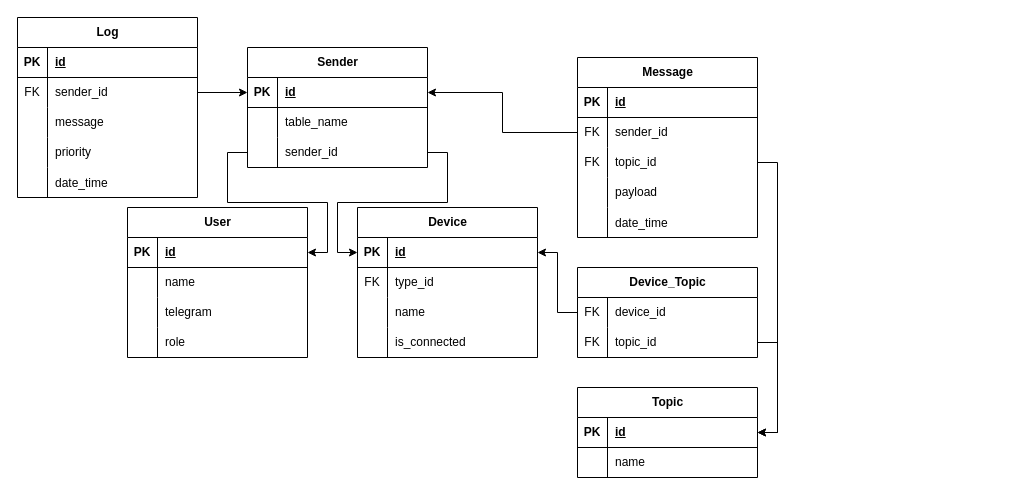
The draw.io diagram page "Storaging" (3 of 4) of Diagrams/Diagrams.drawio in kamen4/SmartCactus, before the edit. Source tidied: cells renumbered, new cells numbered last; positions are measured from the earlier drawing's top-left corner, leaving out a move shared by most shapes. Both pictures are drawn from the tidied source at 100%, with x=0, y=0 at pixel (17, 17).
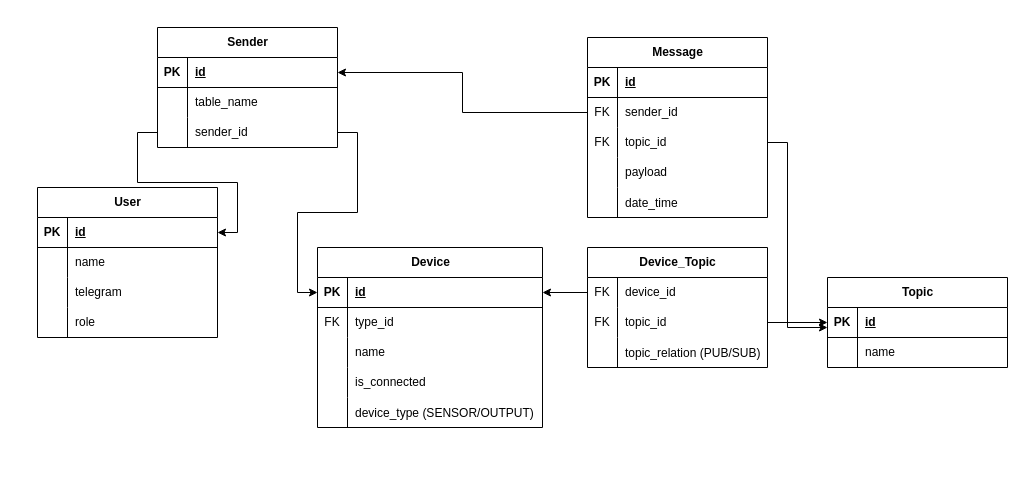
After the change.

Unchanged cells that the change refers to:
```xml
<mxCell id="29" style="shape=tableRow;horizontal=0;startSize=0;swimlaneHead=0;swimlaneBody=0;fillColor=none;points=[[0,0.5],[1,0.5]];portConstraint=eastwest;top=0;left=0;right=0;bottom=1;" parent="28" vertex="1">
  <mxGeometry y="30" width="180" height="30" as="geometry" />
</mxCell>
<mxCell id="45" style="shape=tableRow;horizontal=0;startSize=0;swimlaneHead=0;swimlaneBody=0;fillColor=none;points=[[0,0.5],[1,0.5]];portConstraint=eastwest;top=0;left=0;right=0;bottom=0;" parent="38" vertex="1">
  <mxGeometry y="90" width="180" height="30" as="geometry" />
</mxCell>
<mxCell id="58" style="shape=tableRow;horizontal=0;startSize=0;swimlaneHead=0;swimlaneBody=0;fillColor=none;points=[[0,0.5],[1,0.5]];portConstraint=eastwest;top=0;left=0;right=0;bottom=1;" parent="57" vertex="1">
  <mxGeometry y="30" width="180" height="30" as="geometry" />
</mxCell>
<mxCell id="69" style="shape=tableRow;horizontal=0;startSize=0;swimlaneHead=0;swimlaneBody=0;fillColor=none;points=[[0,0.5],[1,0.5]];portConstraint=eastwest;top=0;left=0;right=0;bottom=0;" parent="65" vertex="1">
  <mxGeometry y="60" width="180" height="30" as="geometry" />
</mxCell>
```

Diff of the diagram source:
```diff
@@
     <mxCell id="2" value="User" style="shape=table;startSize=30;childLayout=tableLayout;rowLines=0;fontStyle=1;align=center;html=1;" parent="1" vertex="1">
-      <mxGeometry x="110" y="190" width="180" height="150" as="geometry" />
+      <mxGeometry x="20" y="170" width="180" height="150" as="geometry" />
     </mxCell>
@@
     <mxCell id="15" value="Device" style="shape=table;startSize=30;childLayout=tableLayout;rowLines=0;fontStyle=1;align=center;html=1;" parent="1" vertex="1">
-      <mxGeometry x="340" y="190" width="180" height="150" as="geometry" />
+      <mxGeometry x="300" y="230" width="225" height="180" as="geometry" />
     </mxCell>
     <mxCell id="16" style="shape=tableRow;horizontal=0;startSize=0;swimlaneHead=0;swimlaneBody=0;fillColor=none;points=[[0,0.5],[1,0.5]];portConstraint=eastwest;top=0;left=0;right=0;bottom=1;" parent="15" vertex="1">
-      <mxGeometry y="30" width="180" height="30" as="geometry" />
+      <mxGeometry y="30" width="225" height="30" as="geometry" />
     </mxCell>
@@
     <mxCell id="18" value="id" style="shape=partialRectangle;fillColor=none;top=0;left=0;bottom=0;right=0;align=left;spacingLeft=6;fontStyle=5;overflow=hidden;whiteSpace=wrap;html=1;" parent="16" vertex="1">
-      <mxGeometry x="30" width="150" height="30" as="geometry" />
+      <mxGeometry x="30" width="195" height="30" as="geometry" />
     </mxCell>
     <mxCell id="19" style="shape=tableRow;horizontal=0;startSize=0;swimlaneHead=0;swimlaneBody=0;fillColor=none;top=0;left=0;right=0;bottom=0;" parent="15" vertex="1">
-      <mxGeometry y="60" width="180" height="30" as="geometry" />
+      <mxGeometry y="60" width="225" height="30" as="geometry" />
     </mxCell>
@@
     <mxCell id="21" value="type_id" style="shape=partialRectangle;fillColor=none;top=0;left=0;bottom=0;right=0;align=left;spacingLeft=6;overflow=hidden;whiteSpace=wrap;html=1;" parent="19" vertex="1">
-      <mxGeometry x="30" width="150" height="30" as="geometry" />
+      <mxGeometry x="30" width="195" height="30" as="geometry" />
     </mxCell>
     <mxCell id="22" style="shape=tableRow;horizontal=0;startSize=0;swimlaneHead=0;swimlaneBody=0;fillColor=none;top=0;left=0;right=0;bottom=0;" parent="15" vertex="1">
-      <mxGeometry y="90" width="180" height="30" as="geometry" />
+      <mxGeometry y="90" width="225" height="30" as="geometry" />
     </mxCell>
@@
     <mxCell id="24" value="name" style="shape=partialRectangle;fillColor=none;top=0;left=0;bottom=0;right=0;align=left;spacingLeft=6;overflow=hidden;whiteSpace=wrap;html=1;" parent="22" vertex="1">
-      <mxGeometry x="30" width="150" height="30" as="geometry" />
+      <mxGeometry x="30" width="195" height="30" as="geometry" />
     </mxCell>
     <mxCell id="25" style="shape=tableRow;horizontal=0;startSize=0;swimlaneHead=0;swimlaneBody=0;fillColor=none;top=0;left=0;right=0;bottom=0;" parent="15" vertex="1">
-      <mxGeometry y="120" width="180" height="30" as="geometry" />
+      <mxGeometry y="120" width="225" height="30" as="geometry" />
     </mxCell>
@@
     <mxCell id="27" value="is_connected" style="shape=partialRectangle;fillColor=none;top=0;left=0;bottom=0;right=0;align=left;spacingLeft=6;overflow=hidden;whiteSpace=wrap;html=1;" parent="25" vertex="1">
-      <mxGeometry x="30" width="150" height="30" as="geometry" />
+      <mxGeometry x="30" width="195" height="30" as="geometry" />
     </mxCell>
+    <mxCell id="91" style="shape=tableRow;horizontal=0;startSize=0;swimlaneHead=0;swimlaneBody=0;fillColor=none;top=0;left=0;right=0;bottom=0;" parent="15" vertex="1">
+      <mxGeometry y="150" width="225" height="30" as="geometry" />
+    </mxCell>
+    <mxCell id="92" style="shape=partialRectangle;fillColor=none;top=0;left=0;bottom=0;right=0;overflow=hidden;" parent="91" vertex="1">
+      <mxGeometry width="30" height="30" as="geometry" />
+    </mxCell>
+    <mxCell id="93" value="device_type (SENSOR/OUTPUT)" style="shape=partialRectangle;fillColor=none;top=0;left=0;bottom=0;right=0;align=left;spacingLeft=6;overflow=hidden;" parent="91" vertex="1">
+      <mxGeometry x="30" width="195" height="30" as="geometry" />
+    </mxCell>
     <mxCell id="28" value="Sender" style="shape=table;startSize=30;childLayout=tableLayout;rowLines=0;fontStyle=1;align=center;html=1;" parent="1" vertex="1">
-      <mxGeometry x="230" y="30" width="180" height="120" as="geometry" />
+      <mxGeometry x="140" y="10" width="180" height="120" as="geometry" />
     </mxCell>
@@
     <mxCell id="38" value="Message" style="shape=table;startSize=30;childLayout=tableLayout;rowLines=0;fontStyle=1;align=center;html=1;" parent="1" vertex="1">
-      <mxGeometry x="560" y="40" width="180" height="180" as="geometry" />
+      <mxGeometry x="570" y="20" width="180" height="180" as="geometry" />
     </mxCell>
@@
     <mxCell id="57" value="Topic" style="shape=table;startSize=30;childLayout=tableLayout;rowLines=0;fontStyle=1;align=center;html=1;" parent="1" vertex="1">
-      <mxGeometry x="560" y="370" width="180" height="90" as="geometry" />
+      <mxGeometry x="810" y="260" width="180" height="90" as="geometry" />
     </mxCell>
@@
     <mxCell id="64" style="edgeStyle=orthogonalEdgeStyle;rounded=0;jettySize=auto;html=1;" parent="1" edge="1" source="45" target="58">
       <mxGeometry relative="1" as="geometry">
         <Array as="points">
-          <mxPoint x="760" y="145" />
-          <mxPoint x="760" y="415" />
+          <mxPoint x="770" y="125" />
+          <mxPoint x="770" y="310" />
+          <mxPoint x="950" y="310" />
         </Array>
       </mxGeometry>
     </mxCell>
     <mxCell id="65" value="Device_Topic" style="shape=table;startSize=30;childLayout=tableLayout;rowLines=0;fontStyle=1;align=center;html=1;" parent="1" vertex="1">
-      <mxGeometry x="560" y="250" width="180" height="90" as="geometry" />
+      <mxGeometry x="570" y="230" width="180" height="120" as="geometry" />
     </mxCell>
@@
+    <mxCell id="81" style="shape=tableRow;horizontal=0;startSize=0;swimlaneHead=0;swimlaneBody=0;fillColor=none;top=0;left=0;right=0;bottom=0;" parent="65" vertex="1">
+      <mxGeometry y="90" width="180" height="30" as="geometry" />
+    </mxCell>
+    <mxCell id="94" style="shape=partialRectangle;fillColor=none;top=0;left=0;bottom=0;right=0;overflow=hidden;" parent="81" vertex="1">
+      <mxGeometry width="30" height="30" as="geometry" />
+    </mxCell>
+    <mxCell id="95" value="topic_relation (PUB/SUB)" style="shape=partialRectangle;fillColor=none;top=0;left=0;bottom=0;right=0;align=left;spacingLeft=6;overflow=hidden;" parent="81" vertex="1">
+      <mxGeometry x="30" width="150" height="30" as="geometry" />
+    </mxCell>
@@
     <mxCell id="73" style="edgeStyle=orthogonalEdgeStyle;rounded=0;jettySize=auto;html=1;" parent="1" edge="1" source="69" target="58">
       <mxGeometry relative="1" as="geometry">
         <Array as="points">
-          <mxPoint x="760" y="325" />
-          <mxPoint x="760" y="415" />
+          <mxPoint x="950" y="305" />
         </Array>
       </mxGeometry>
     </mxCell>
-    <mxCell id="74" value="Log" style="shape=table;startSize=30;childLayout=tableLayout;rowLines=0;fontStyle=1;align=center;html=1;" parent="1" vertex="1">
-      <mxGeometry width="180" height="180" as="geometry" />
-    </mxCell>
-    <mxCell id="75" style="shape=tableRow;horizontal=0;startSize=0;swimlaneHead=0;swimlaneBody=0;fillColor=none;top=0;left=0;right=0;bottom=1;" parent="74" vertex="1">
-      <mxGeometry y="30" width="180" height="30" as="geometry" />
-    </mxCell>
-    <mxCell id="76" value="PK" style="shape=partialRectangle;fillColor=none;top=0;left=0;bottom=0;right=0;fontStyle=1;overflow=hidden;whiteSpace=wrap;html=1;" parent="75" vertex="1">
-      <mxGeometry width="30" height="30" as="geometry" />
-    </mxCell>
-    <mxCell id="77" value="id" style="shape=partialRectangle;fillColor=none;top=0;left=0;bottom=0;right=0;align=left;spacingLeft=6;fontStyle=5;overflow=hidden;whiteSpace=wrap;html=1;" parent="75" vertex="1">
-      <mxGeometry x="30" width="150" height="30" as="geometry" />
-    </mxCell>
-    <mxCell id="78" style="shape=tableRow;horizontal=0;startSize=0;swimlaneHead=0;swimlaneBody=0;fillColor=none;points=[[0,0.5],[1,0.5]];portConstraint=eastwest;top=0;left=0;right=0;bottom=0;" parent="74" vertex="1">
-      <mxGeometry y="60" width="180" height="30" as="geometry" />
-    </mxCell>
-    <mxCell id="79" value="FK" style="shape=partialRectangle;fillColor=none;top=0;left=0;bottom=0;right=0;overflow=hidden;whiteSpace=wrap;html=1;" parent="78" vertex="1">
-      <mxGeometry width="30" height="30" as="geometry" />
-    </mxCell>
-    <mxCell id="80" value="sender_id" style="shape=partialRectangle;fillColor=none;top=0;left=0;bottom=0;right=0;align=left;spacingLeft=6;overflow=hidden;whiteSpace=wrap;html=1;" parent="78" vertex="1">
-      <mxGeometry x="30" width="150" height="30" as="geometry" />
-    </mxCell>
-    <mxCell id="81" style="shape=tableRow;horizontal=0;startSize=0;swimlaneHead=0;swimlaneBody=0;fillColor=none;top=0;left=0;right=0;bottom=0;" parent="74" vertex="1">
-      <mxGeometry y="90" width="180" height="30" as="geometry" />
-    </mxCell>
-    <mxCell id="82" style="shape=partialRectangle;fillColor=none;top=0;left=0;bottom=0;right=0;overflow=hidden;whiteSpace=wrap;html=1;" parent="81" vertex="1">
-      <mxGeometry width="30" height="30" as="geometry" />
-    </mxCell>
-    <mxCell id="83" value="message" style="shape=partialRectangle;fillColor=none;top=0;left=0;bottom=0;right=0;align=left;spacingLeft=6;overflow=hidden;whiteSpace=wrap;html=1;" parent="81" vertex="1">
-      <mxGeometry x="30" width="150" height="30" as="geometry" />
-    </mxCell>
-    <mxCell id="84" style="shape=tableRow;horizontal=0;startSize=0;swimlaneHead=0;swimlaneBody=0;fillColor=none;top=0;left=0;right=0;bottom=0;" parent="74" vertex="1">
-      <mxGeometry y="120" width="180" height="30" as="geometry" />
-    </mxCell>
-    <mxCell id="85" style="shape=partialRectangle;fillColor=none;top=0;left=0;bottom=0;right=0;overflow=hidden;whiteSpace=wrap;html=1;" parent="84" vertex="1">
-      <mxGeometry width="30" height="30" as="geometry" />
-    </mxCell>
-    <mxCell id="86" value="priority" style="shape=partialRectangle;fillColor=none;top=0;left=0;bottom=0;right=0;align=left;spacingLeft=6;overflow=hidden;whiteSpace=wrap;html=1;" parent="84" vertex="1">
-      <mxGeometry x="30" width="150" height="30" as="geometry" />
-    </mxCell>
-    <mxCell id="87" style="shape=tableRow;horizontal=0;startSize=0;swimlaneHead=0;swimlaneBody=0;fillColor=none;top=0;left=0;right=0;bottom=0;" parent="74" vertex="1">
-      <mxGeometry y="150" width="180" height="30" as="geometry" />
-    </mxCell>
-    <mxCell id="88" style="shape=partialRectangle;fillColor=none;top=0;left=0;bottom=0;right=0;overflow=hidden;" parent="87" vertex="1">
-      <mxGeometry width="30" height="30" as="geometry" />
-    </mxCell>
-    <mxCell id="89" value="date_time" style="shape=partialRectangle;fillColor=none;top=0;left=0;bottom=0;right=0;align=left;spacingLeft=6;overflow=hidden;" parent="87" vertex="1">
-      <mxGeometry x="30" width="150" height="30" as="geometry" />
-    </mxCell>
-    <mxCell id="90" style="edgeStyle=orthogonalEdgeStyle;rounded=0;jettySize=auto;html=1;" parent="1" edge="1" source="78" target="29">
-      <mxGeometry relative="1" as="geometry" />
-    </mxCell>
```
